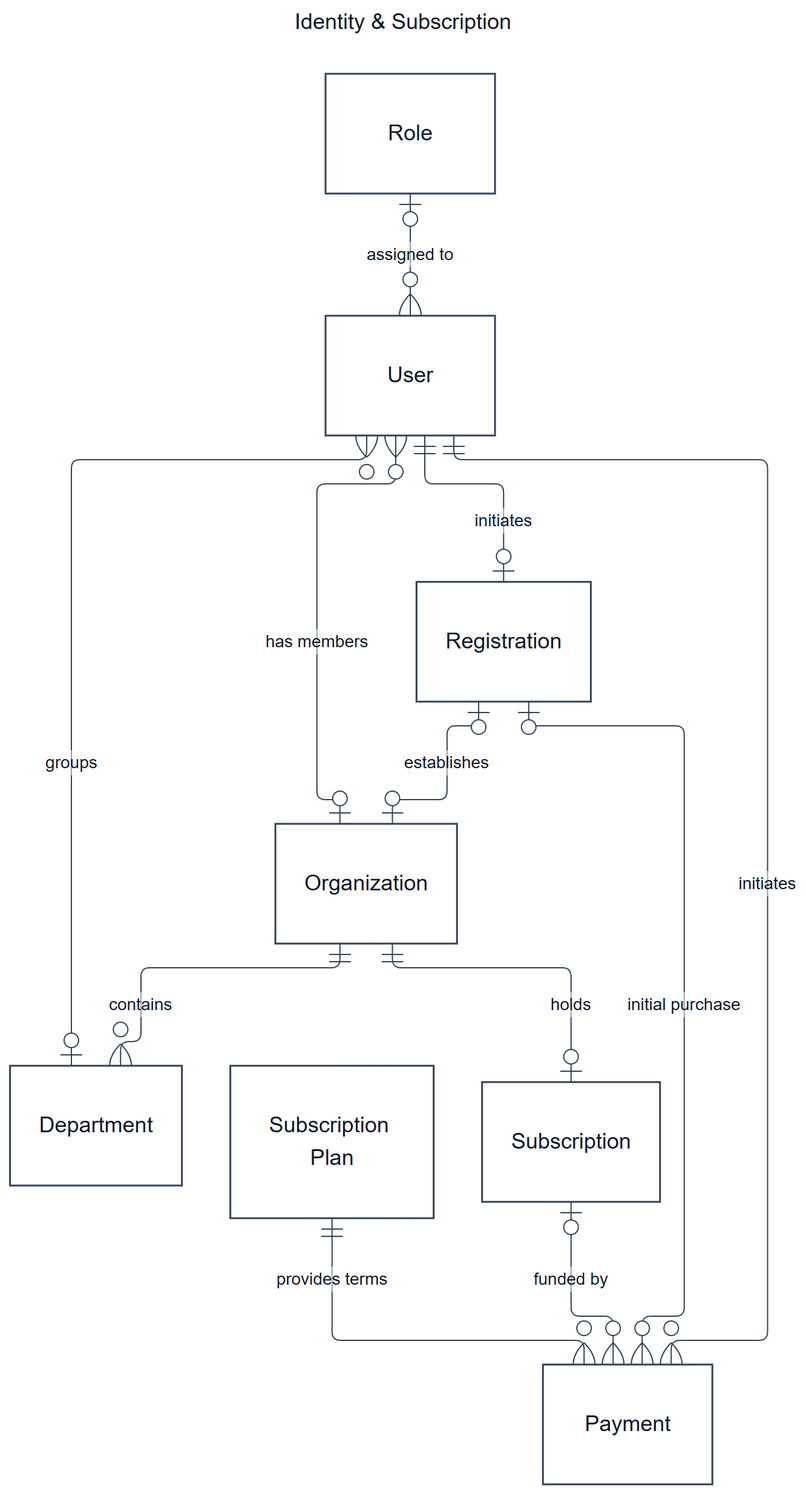
Above: documents/diagrams/mermaid/cerd-01.png in SEP490-Fall-2026-GFA26SE64/SEP490 (Mermaid), before the change. Its source is kept beside it as documents/diagrams/mermaid/cerd-01.mmd.
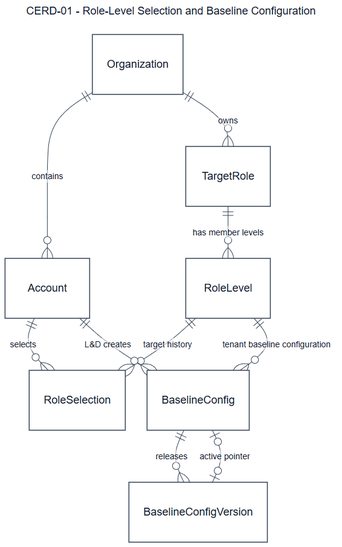
Later version of the same file.

Change to the diagram source:
```diff
@@ -1,7 +1,7 @@
 ---
-title: "Identity & Subscription"
+title: "CERD-01 - Role-Level Selection and Baseline Configuration"
 config:
-  layout: elk
+  layout: dagre
   look: classic
   theme: base
   fontFamily: "Arial, sans-serif"
@@ -10,22 +10,20 @@
   er: {nodeSpacing: 36, rankSpacing: 65, minEntityWidth: 140, diagramPadding: 24}
 ---
 erDiagram
-  C01_Organization["Organization"]
-  C01_User["User"]
-  C01_Role["Role"]
-  C01_Department["Department"]
-  C01_Registration["Registration"]
-  C01_Plan["Subscription Plan"]
-  C01_Subscription["Subscription"]
-  C01_Payment["Payment"]
-  C01_Organization ||--o{ C01_Department : "contains"
-  C01_Organization |o--o{ C01_User : "has members"
-  C01_Department |o--o{ C01_User : "groups"
-  C01_Role |o--o{ C01_User : "assigned to"
-  C01_User ||--o| C01_Registration : "initiates"
-  C01_Registration |o--o| C01_Organization : "establishes"
-  C01_Organization ||--o| C01_Subscription : "holds"
-  C01_User ||--o{ C01_Payment : "initiates"
-  C01_Plan ||--o{ C01_Payment : "provides terms"
-  C01_Registration |o--o{ C01_Payment : "initial purchase"
-  C01_Subscription |o--o{ C01_Payment : "funded by"
+  direction TB
+  Organization["Organization"]
+  Account["Account"]
+  TargetRole["TargetRole"]
+  RoleLevel["RoleLevel"]
+  RoleSelection["RoleSelection"]
+  BaselineConfig["BaselineConfig"]
+  BaselineConfigVersion["BaselineConfigVersion"]
+  Organization ||--o{ Account : "contains"
+  Organization ||--o{ TargetRole : "owns"
+  TargetRole ||--o{ RoleLevel : "has member levels"
+  Account ||--o{ RoleSelection : "selects"
+  RoleLevel ||--o{ RoleSelection : "target history"
+  RoleLevel ||--o{ BaselineConfig : "tenant baseline configuration"
+  Account ||--o{ BaselineConfig : "L&D creates"
+  BaselineConfig ||--o{ BaselineConfigVersion : "releases"
+  BaselineConfig o|--o| BaselineConfigVersion : "active pointer"
```
